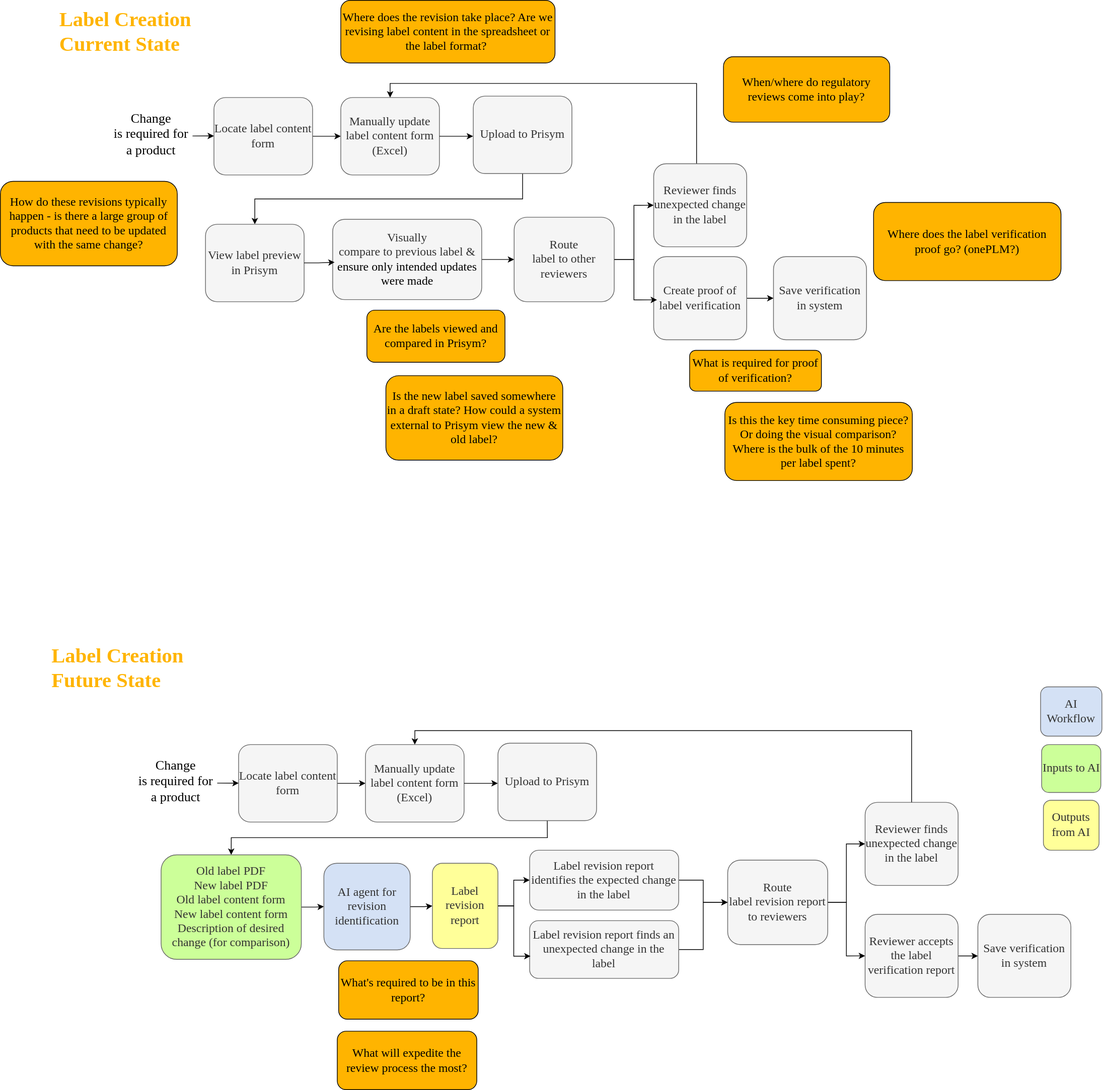
Above: raw/Ortho Label Creation Workflows.drawio.svg in keewonhong-slalom/StrykerFDE-Ortho (draw.io), before the change. Source tidied: cells renumbered, new cells last; positions are measured from the earlier drawing's top-left corner, leaving out a move shared by most shapes.
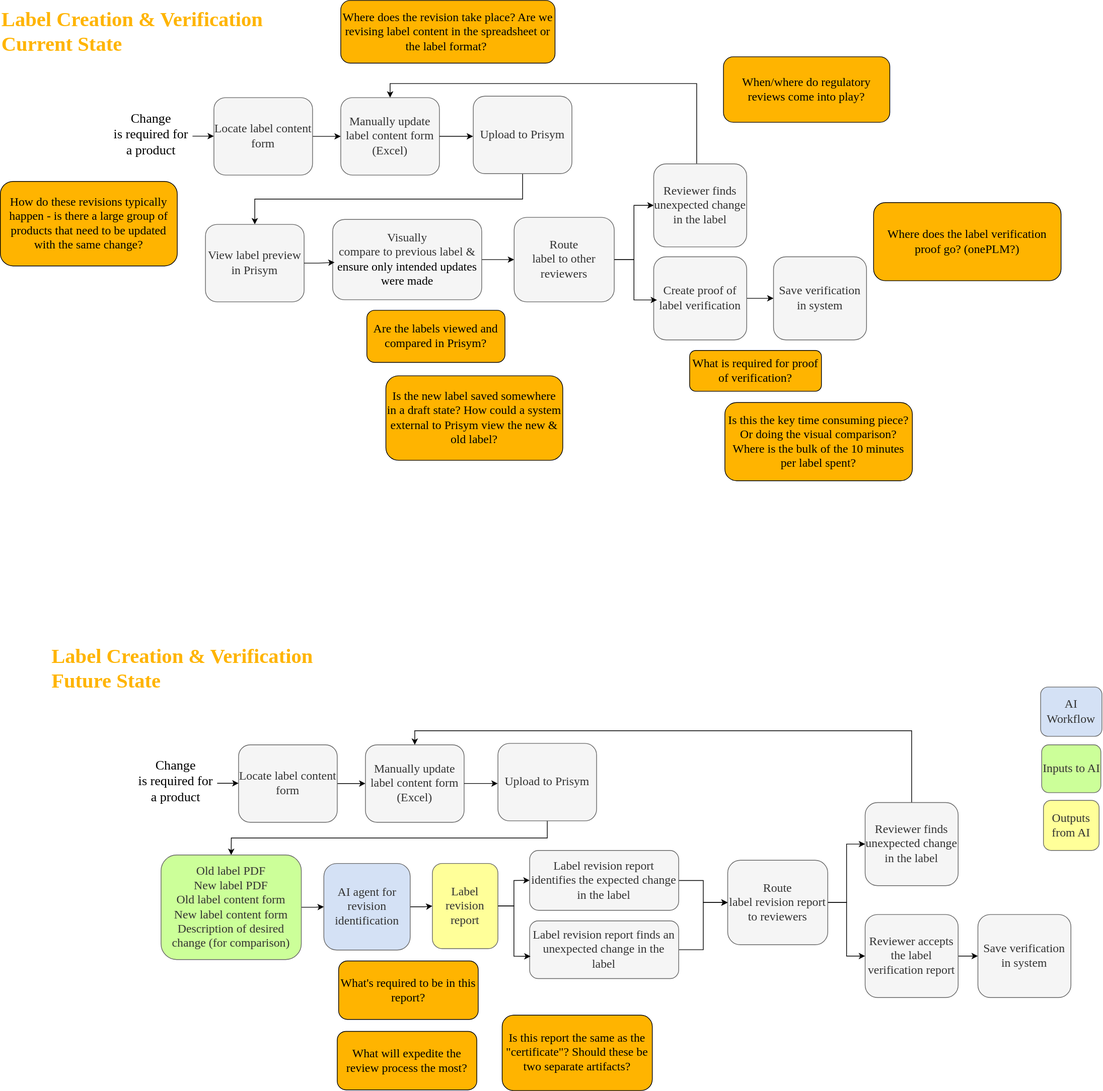
The same diagram one commit later.

Diff of the diagram source:
```diff
@@ -53,8 +53,8 @@
     <mxCell id="18" style="edgeStyle=orthogonalEdgeStyle;rounded=0;jettySize=auto;html=1;entryX=0;entryY=0.5;entryDx=0;entryDy=0;exitX=0.997;exitY=0.609;exitDx=0;exitDy=0;exitPerimeter=0;" parent="1" edge="1" source="4" target="3">
       <mxGeometry relative="1" as="geometry" />
     </mxCell>
-    <mxCell id="19" value="&lt;p style=&quot;margin-top: 0pt; margin-bottom: 0pt; unicode-bidi: embed; vertical-align: baseline;&quot;&gt;&lt;font&gt;Label Creation&lt;/font&gt;&lt;/p&gt;&lt;p style=&quot;margin-top: 0pt; margin-bottom: 0pt; unicode-bidi: embed; vertical-align: baseline;&quot;&gt;&lt;font&gt;Current State&lt;/font&gt;&lt;/p&gt;" style="text;whiteSpace=wrap;html=1;fontFamily=cambria;fontSize=29;fontColor=light-dark(#FFB400,#FFB400);fontStyle=1;align=left;" parent="1" vertex="1">
-      <mxGeometry x="82" y="3" width="319" height="39" as="geometry" />
+    <mxCell id="19" value="&lt;p style=&quot;margin-top: 0pt; margin-bottom: 0pt; unicode-bidi: embed; vertical-align: baseline;&quot;&gt;&lt;font&gt;Label Creation &amp;amp; Verification&lt;/font&gt;&lt;/p&gt;&lt;p style=&quot;margin-top: 0pt; margin-bottom: 0pt; unicode-bidi: embed; vertical-align: baseline;&quot;&gt;&lt;font&gt;Current State&lt;/font&gt;&lt;/p&gt;" style="text;whiteSpace=wrap;html=1;fontFamily=cambria;fontSize=29;fontColor=light-dark(#FFB400,#FFB400);fontStyle=1;align=left;" parent="1" vertex="1">
+      <mxGeometry y="3" width="401" height="39" as="geometry" />
     </mxCell>
     <mxCell id="20" value="What is required for proof of verification?" style="rounded=1;whiteSpace=wrap;html=1;labelBorderColor=none;labelBackgroundColor=none;fillColor=light-dark(#FFB400,#FFB400);gradientColor=none;fillStyle=solid;fontFamily=cambria;fontSize=17;" parent="1" vertex="1">
       <mxGeometry x="978" y="497" width="187" height="58" as="geometry" />
@@ -71,8 +71,8 @@
     <mxCell id="24" value="How do these revisions typically happen - is there a large group of products that need to be updated with the same change?" style="rounded=1;whiteSpace=wrap;html=1;labelBorderColor=none;labelBackgroundColor=none;fillColor=light-dark(#FFB400,#FFB400);gradientColor=none;fillStyle=solid;fontFamily=cambria;fontSize=17;" parent="1" vertex="1">
       <mxGeometry y="257" width="251" height="120" as="geometry" />
     </mxCell>
-    <mxCell id="25" value="&lt;p style=&quot;margin-top: 0pt; margin-bottom: 0pt; unicode-bidi: embed; vertical-align: baseline;&quot;&gt;&lt;font&gt;Label Creation&lt;/font&gt;&lt;/p&gt;&lt;p style=&quot;margin-top: 0pt; margin-bottom: 0pt; unicode-bidi: embed; vertical-align: baseline;&quot;&gt;&lt;font&gt;Future State&lt;/font&gt;&lt;/p&gt;" style="text;whiteSpace=wrap;html=1;fontFamily=cambria;fontSize=29;fontColor=light-dark(#FFB400,#FFB400);fontStyle=1;align=left;" parent="1" vertex="1">
-      <mxGeometry x="71" y="907" width="319" height="39" as="geometry" />
+    <mxCell id="25" value="&lt;p style=&quot;margin-top: 0pt; margin-bottom: 0pt; unicode-bidi: embed; vertical-align: baseline;&quot;&gt;&lt;font&gt;Label Creation&amp;nbsp;&lt;/font&gt;&lt;span style=&quot;background-color: transparent;&quot;&gt;&amp;amp; Verification&lt;/span&gt;&lt;/p&gt;&lt;p style=&quot;margin-top: 0pt; margin-bottom: 0pt; unicode-bidi: embed; vertical-align: baseline;&quot;&gt;&lt;font&gt;Future State&lt;/font&gt;&lt;/p&gt;" style="text;whiteSpace=wrap;html=1;fontFamily=cambria;fontSize=29;fontColor=light-dark(#FFB400,#FFB400);fontStyle=1;align=left;" parent="1" vertex="1">
+      <mxGeometry x="71" y="907" width="414" height="39" as="geometry" />
     </mxCell>
     <mxCell id="26" value="When/where do regulatory reviews come into play?" style="rounded=1;whiteSpace=wrap;html=1;labelBorderColor=none;labelBackgroundColor=none;fillColor=light-dark(#FFB400,#FFB400);gradientColor=none;fillStyle=solid;fontFamily=cambria;fontSize=17;" parent="1" vertex="1">
       <mxGeometry x="1026" y="80" width="236" height="93" as="geometry" />
@@ -193,5 +193,8 @@
     <mxCell id="63" value="&lt;p style=&quot;margin-top: 0pt; margin-bottom: 0pt; direction: ltr; unicode-bidi: embed; vertical-align: baseline;&quot;&gt;&lt;font face=&quot;Cambria&quot;&gt;Reviewer finds unexpected change in the label&lt;/font&gt;&lt;/p&gt;" style="rounded=1;whiteSpace=wrap;html=1;fillColor=#f5f5f5;fontColor=#333333;strokeColor=#666666;fontFamily=cambria;fontSize=17;" parent="1" vertex="1">
       <mxGeometry x="927" y="232" width="132" height="118" as="geometry" />
     </mxCell>
+    <mxCell id="64" value="Is this report the same as the &quot;certificate&quot;? Should these be two separate artifacts?" style="rounded=1;whiteSpace=wrap;html=1;labelBorderColor=none;labelBackgroundColor=none;fillColor=light-dark(#FFB400,#FFB400);gradientColor=none;fillStyle=solid;fontFamily=cambria;fontSize=17;" parent="1" vertex="1">
+      <mxGeometry x="712" y="1441" width="213" height="107" as="geometry" />
+    </mxCell>
   </root>
 </mxGraphModel>
```
